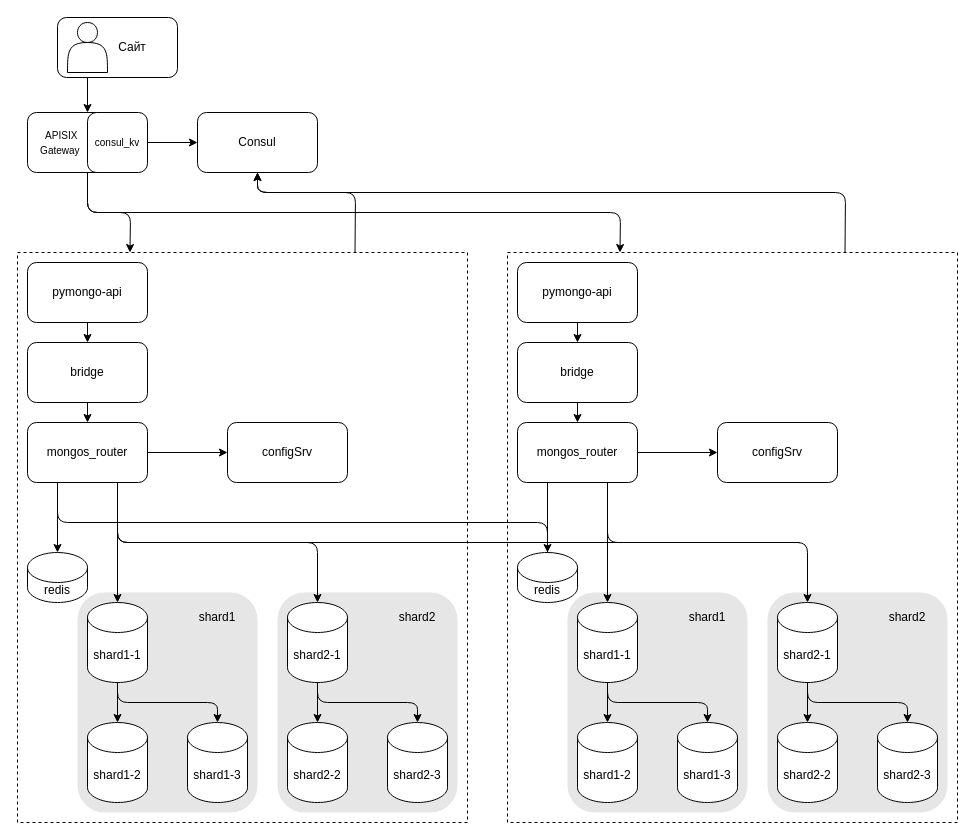
This is page "Схема 4 (балансировка)" (4 of 5) of task1.drawio from dftyni/architecture-mesto, a draw.io file, before an edit. Source tidied: cells renumbered, new cells numbered last; positions are measured from the earlier drawing's top-left corner, leaving out a move shared by most shapes. Both pictures are drawn from the tidied source at 100%, with x=0, y=0 at pixel (17, 17).
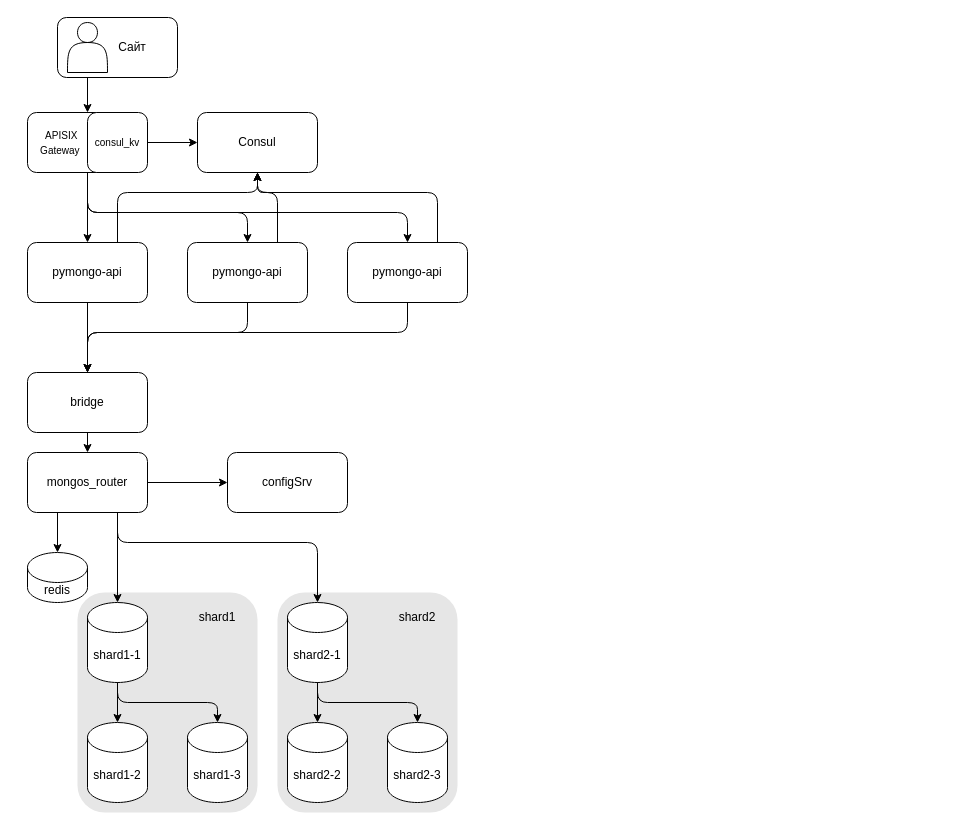
The same page after the edit.

Unchanged cells that the change refers to:
```xml
<mxCell id="52" value="&lt;font style=&quot;font-size: 10px;&quot;&gt;&amp;nbsp; &amp;nbsp; &amp;nbsp; APISIX&lt;/font&gt;&lt;div&gt;&lt;font style=&quot;font-size: 10px;&quot;&gt;&amp;nbsp; &amp;nbsp; Gateway&lt;/font&gt;&lt;/div&gt;" style="rounded=1;whiteSpace=wrap;html=1;align=left;" parent="1" vertex="1">
  <mxGeometry x="10" y="95" width="80" height="60" as="geometry" />
</mxCell>
<mxCell id="53" value="&lt;font style=&quot;font-size: 10px;&quot;&gt;consul_kv&lt;/font&gt;" style="rounded=1;whiteSpace=wrap;html=1;align=center;" parent="1" vertex="1">
  <mxGeometry x="70" y="95" width="60" height="60" as="geometry" />
</mxCell>
<mxCell id="54" value="Consul" style="rounded=1;whiteSpace=wrap;html=1;" parent="1" vertex="1">
  <mxGeometry x="180" y="95" width="120" height="60" as="geometry" />
</mxCell>
```

What changed in the source:
```diff
@@
-    <mxCell id="3" style="rounded=0;whiteSpace=wrap;html=1;strokeColor=default;fillColor=default;dashed=1;" parent="1" vertex="1">
-      <mxGeometry x="490" y="235" width="450" height="570" as="geometry" />
-    </mxCell>
-    <mxCell id="4" style="rounded=0;whiteSpace=wrap;html=1;strokeColor=default;fillColor=default;dashed=1;" parent="1" vertex="1">
-      <mxGeometry y="235" width="450" height="570" as="geometry" />
-    </mxCell>
@@
     <mxCell id="8" value="pymongo-api" style="rounded=1;whiteSpace=wrap;html=1;" parent="1" vertex="1">
-      <mxGeometry x="10" y="245" width="120" height="60" as="geometry" />
+      <mxGeometry x="10" y="225" width="120" height="60" as="geometry" />
     </mxCell>
     <mxCell id="9" value="mongos_router" style="rounded=1;whiteSpace=wrap;html=1;" parent="1" vertex="1">
-      <mxGeometry x="10" y="405" width="120" height="60" as="geometry" />
+      <mxGeometry x="10" y="435" width="120" height="60" as="geometry" />
     </mxCell>
     <mxCell id="10" value="bridge" style="rounded=1;whiteSpace=wrap;html=1;" parent="1" vertex="1">
-      <mxGeometry x="10" y="325" width="120" height="60" as="geometry" />
+      <mxGeometry x="10" y="355" width="120" height="60" as="geometry" />
     </mxCell>
     <mxCell id="11" value="&lt;div style=&quot;text-align: start;&quot;&gt;configSrv&lt;/div&gt;" style="rounded=1;whiteSpace=wrap;html=1;" parent="1" vertex="1">
-      <mxGeometry x="210" y="405" width="120" height="60" as="geometry" />
+      <mxGeometry x="210" y="435" width="120" height="60" as="geometry" />
     </mxCell>
@@
-    <mxCell id="29" style="rounded=1;whiteSpace=wrap;html=1;strokeColor=none;fillColor=#E6E6E6;" parent="1" vertex="1">
-      <mxGeometry x="750" y="575" width="180" height="220" as="geometry" />
-    </mxCell>
-    <mxCell id="30" style="rounded=1;whiteSpace=wrap;html=1;strokeColor=none;fillColor=#E6E6E6;" parent="1" vertex="1">
-      <mxGeometry x="550" y="575" width="180" height="220" as="geometry" />
-    </mxCell>
-    <mxCell id="31" value="shard1-1" style="shape=cylinder3;whiteSpace=wrap;html=1;boundedLbl=1;backgroundOutline=1;size=15;" parent="1" vertex="1">
-      <mxGeometry x="560" y="585" width="60" height="80" as="geometry" />
-    </mxCell>
-    <mxCell id="32" value="pymongo-api" style="rounded=1;whiteSpace=wrap;html=1;" parent="1" vertex="1">
-      <mxGeometry x="500" y="245" width="120" height="60" as="geometry" />
-    </mxCell>
-    <mxCell id="33" value="mongos_router" style="rounded=1;whiteSpace=wrap;html=1;" parent="1" vertex="1">
-      <mxGeometry x="500" y="405" width="120" height="60" as="geometry" />
-    </mxCell>
-    <mxCell id="34" value="bridge" style="rounded=1;whiteSpace=wrap;html=1;" parent="1" vertex="1">
-      <mxGeometry x="500" y="325" width="120" height="60" as="geometry" />
-    </mxCell>
-    <mxCell id="35" value="&lt;div style=&quot;text-align: start;&quot;&gt;configSrv&lt;/div&gt;" style="rounded=1;whiteSpace=wrap;html=1;" parent="1" vertex="1">
-      <mxGeometry x="700" y="405" width="120" height="60" as="geometry" />
-    </mxCell>
-    <mxCell id="36" style="endArrow=classic;html=1;rounded=0;exitX=0.5;exitY=1;exitDx=0;exitDy=0;entryX=0.5;entryY=0;entryDx=0;entryDy=0;" parent="1" edge="1" source="32" target="34">
-      <mxGeometry relative="1" as="geometry" />
-    </mxCell>
-    <mxCell id="37" style="endArrow=classic;html=1;rounded=0;exitX=0.5;exitY=1;exitDx=0;exitDy=0;entryX=0.5;entryY=0;entryDx=0;entryDy=0;" parent="1" edge="1" source="34" target="33">
-      <mxGeometry relative="1" as="geometry" />
-    </mxCell>
-    <mxCell id="38" style="endArrow=classic;html=1;rounded=0;exitX=0.75;exitY=1;exitDx=0;exitDy=0;entryX=0.5;entryY=0;entryDx=0;entryDy=0;entryPerimeter=0;" parent="1" edge="1" source="33" target="31">
-      <mxGeometry relative="1" as="geometry" />
-    </mxCell>
-    <mxCell id="39" style="endArrow=classic;html=1;rounded=1;entryX=0.5;entryY=0;entryDx=0;entryDy=0;entryPerimeter=0;curved=0;exitX=0.75;exitY=1;exitDx=0;exitDy=0;" parent="1" edge="1" source="33" target="44">
-      <mxGeometry relative="1" as="geometry">
-        <Array as="points">
-          <mxPoint x="590" y="525" />
-          <mxPoint x="790" y="525" />
-        </Array>
-      </mxGeometry>
-    </mxCell>
-    <mxCell id="40" value="shard1-2" style="shape=cylinder3;whiteSpace=wrap;html=1;boundedLbl=1;backgroundOutline=1;size=15;" parent="1" vertex="1">
-      <mxGeometry x="560" y="705" width="60" height="80" as="geometry" />
-    </mxCell>
-    <mxCell id="41" value="shard1-3" style="shape=cylinder3;whiteSpace=wrap;html=1;boundedLbl=1;backgroundOutline=1;size=15;" parent="1" vertex="1">
-      <mxGeometry x="660" y="705" width="60" height="80" as="geometry" />
-    </mxCell>
-    <mxCell id="42" style="endArrow=classic;html=1;rounded=0;exitX=0.5;exitY=1;exitDx=0;exitDy=0;exitPerimeter=0;entryX=0.5;entryY=0;entryDx=0;entryDy=0;entryPerimeter=0;" parent="1" edge="1" source="31" target="40">
-      <mxGeometry relative="1" as="geometry" />
-    </mxCell>
-    <mxCell id="43" style="endArrow=classic;html=1;rounded=1;exitX=0.5;exitY=1;exitDx=0;exitDy=0;exitPerimeter=0;entryX=0.5;entryY=0;entryDx=0;entryDy=0;entryPerimeter=0;curved=0;" parent="1" edge="1" source="31" target="41">
-      <mxGeometry relative="1" as="geometry">
-        <Array as="points">
-          <mxPoint x="590" y="685" />
-          <mxPoint x="690" y="685" />
-        </Array>
-      </mxGeometry>
-    </mxCell>
-    <mxCell id="44" value="shard2-1" style="shape=cylinder3;whiteSpace=wrap;html=1;boundedLbl=1;backgroundOutline=1;size=15;" parent="1" vertex="1">
-      <mxGeometry x="760" y="585" width="60" height="80" as="geometry" />
-    </mxCell>
-    <mxCell id="45" value="shard2-2" style="shape=cylinder3;whiteSpace=wrap;html=1;boundedLbl=1;backgroundOutline=1;size=15;" parent="1" vertex="1">
-      <mxGeometry x="760" y="705" width="60" height="80" as="geometry" />
-    </mxCell>
-    <mxCell id="46" value="shard2-3" style="shape=cylinder3;whiteSpace=wrap;html=1;boundedLbl=1;backgroundOutline=1;size=15;" parent="1" vertex="1">
-      <mxGeometry x="860" y="705" width="60" height="80" as="geometry" />
-    </mxCell>
-    <mxCell id="47" style="endArrow=classic;html=1;rounded=0;exitX=0.5;exitY=1;exitDx=0;exitDy=0;exitPerimeter=0;entryX=0.5;entryY=0;entryDx=0;entryDy=0;entryPerimeter=0;" parent="1" edge="1" source="44" target="45">
-      <mxGeometry relative="1" as="geometry" />
-    </mxCell>
-    <mxCell id="48" style="endArrow=classic;html=1;rounded=1;exitX=0.5;exitY=1;exitDx=0;exitDy=0;exitPerimeter=0;entryX=0.5;entryY=0;entryDx=0;entryDy=0;entryPerimeter=0;curved=0;" parent="1" edge="1" source="44" target="46">
-      <mxGeometry relative="1" as="geometry">
-        <Array as="points">
-          <mxPoint x="790" y="685" />
-          <mxPoint x="890" y="685" />
-        </Array>
-      </mxGeometry>
-    </mxCell>
-    <mxCell id="49" value="shard1" style="text;html=1;align=center;verticalAlign=middle;whiteSpace=wrap;rounded=0;" parent="1" vertex="1">
-      <mxGeometry x="660" y="585" width="60" height="30" as="geometry" />
-    </mxCell>
-    <mxCell id="50" value="shard2" style="text;html=1;align=center;verticalAlign=middle;whiteSpace=wrap;rounded=0;" parent="1" vertex="1">
-      <mxGeometry x="860" y="585" width="60" height="30" as="geometry" />
-    </mxCell>
-    <mxCell id="51" style="endArrow=classic;html=1;rounded=0;exitX=0.25;exitY=1;exitDx=0;exitDy=0;entryX=0.5;entryY=0;entryDx=0;entryDy=0;entryPerimeter=0;" parent="1" edge="1" source="33" target="63">
-      <mxGeometry relative="1" as="geometry" />
-    </mxCell>
@@
-    <mxCell id="55" style="endArrow=classic;html=1;rounded=1;exitX=0.75;exitY=1;exitDx=0;exitDy=0;entryX=0.25;entryY=0;entryDx=0;entryDy=0;curved=0;" parent="1" edge="1" source="52" target="4">
-      <mxGeometry relative="1" as="geometry">
-        <Array as="points">
-          <mxPoint x="70" y="195" />
-          <mxPoint x="113" y="195" />
-        </Array>
-      </mxGeometry>
-    </mxCell>
-    <mxCell id="56" style="endArrow=classic;html=1;rounded=1;curved=0;entryX=0.25;entryY=0;entryDx=0;entryDy=0;" parent="1" edge="1" target="3">
-      <mxGeometry relative="1" as="geometry">
-        <mxPoint x="70" y="155" as="sourcePoint" />
-        <Array as="points">
-          <mxPoint x="70" y="195" />
-          <mxPoint x="603" y="195" />
-        </Array>
-      </mxGeometry>
-    </mxCell>
@@
-    <mxCell id="59" style="endArrow=classic;html=1;rounded=0;exitX=1;exitY=0.5;exitDx=0;exitDy=0;entryX=0;entryY=0.5;entryDx=0;entryDy=0;" parent="1" edge="1" source="33" target="35">
-      <mxGeometry relative="1" as="geometry" />
-    </mxCell>
-    <mxCell id="60" style="endArrow=classic;html=1;rounded=1;entryX=0.5;entryY=1;entryDx=0;entryDy=0;exitX=0.75;exitY=0;exitDx=0;exitDy=0;curved=0;" parent="1" edge="1" source="4" target="54">
+    <mxCell id="60" style="endArrow=classic;html=1;rounded=1;entryX=0.5;entryY=1;entryDx=0;entryDy=0;exitX=0.75;exitY=0;exitDx=0;exitDy=0;curved=0;" parent="1" edge="1" source="8" target="54">
       <mxGeometry relative="1" as="geometry">
         <Array as="points">
-          <mxPoint x="338" y="175" />
+          <mxPoint x="100" y="175" />
           <mxPoint x="240" y="175" />
         </Array>
       </mxGeometry>
     </mxCell>
-    <mxCell id="61" style="endArrow=classic;html=1;rounded=1;exitX=0.75;exitY=0;exitDx=0;exitDy=0;entryX=0.5;entryY=1;entryDx=0;entryDy=0;curved=0;" parent="1" edge="1" source="3" target="54">
+    <mxCell id="61" style="endArrow=classic;html=1;rounded=1;entryX=0.5;entryY=1;entryDx=0;entryDy=0;curved=0;exitX=0.75;exitY=0;exitDx=0;exitDy=0;" parent="1" edge="1" source="68" target="54">
       <mxGeometry relative="1" as="geometry">
         <Array as="points">
-          <mxPoint x="828" y="175" />
+          <mxPoint x="420" y="175" />
           <mxPoint x="240" y="175" />
         </Array>
       </mxGeometry>
     </mxCell>
-    <mxCell id="62" style="endArrow=none;html=1;rounded=1;exitX=0.75;exitY=1;exitDx=0;exitDy=0;curved=0;" parent="1" edge="1" source="9">
-      <mxGeometry relative="1" as="geometry">
-        <mxPoint x="782" y="525" as="targetPoint" />
-        <Array as="points">
-          <mxPoint x="100" y="525" />
-        </Array>
-      </mxGeometry>
-    </mxCell>
-    <mxCell id="63" value="redis" style="shape=cylinder3;whiteSpace=wrap;html=1;boundedLbl=1;backgroundOutline=1;size=15;" parent="1" vertex="1">
-      <mxGeometry x="500" y="535" width="60" height="50" as="geometry" />
-    </mxCell>
-    <mxCell id="64" style="endArrow=none;html=1;rounded=1;exitX=0.25;exitY=1;exitDx=0;exitDy=0;curved=0;" parent="1" edge="1" source="9">
-      <mxGeometry relative="1" as="geometry">
-        <mxPoint x="530" y="535" as="targetPoint" />
-        <Array as="points">
-          <mxPoint x="40" y="505" />
-          <mxPoint x="530" y="505" />
-        </Array>
-      </mxGeometry>
-    </mxCell>
@@
+    <mxCell id="67" value="pymongo-api" style="rounded=1;whiteSpace=wrap;html=1;" parent="1" vertex="1">
+      <mxGeometry x="170" y="225" width="120" height="60" as="geometry" />
+    </mxCell>
+    <mxCell id="68" value="pymongo-api" style="rounded=1;whiteSpace=wrap;html=1;" parent="1" vertex="1">
+      <mxGeometry x="330" y="225" width="120" height="60" as="geometry" />
+    </mxCell>
+    <mxCell id="69" style="endArrow=classic;html=1;rounded=0;exitX=0;exitY=1;exitDx=0;exitDy=0;entryX=0.5;entryY=0;entryDx=0;entryDy=0;" parent="1" edge="1" source="53" target="8">
+      <mxGeometry relative="1" as="geometry" />
+    </mxCell>
+    <mxCell id="70" style="endArrow=classic;html=1;rounded=1;exitX=0.75;exitY=1;exitDx=0;exitDy=0;entryX=0.5;entryY=0;entryDx=0;entryDy=0;curved=0;" parent="1" edge="1" source="52" target="67">
+      <mxGeometry relative="1" as="geometry">
+        <Array as="points">
+          <mxPoint x="70" y="195" />
+          <mxPoint x="230" y="195" />
+        </Array>
+      </mxGeometry>
+    </mxCell>
+    <mxCell id="71" style="endArrow=classic;html=1;rounded=1;exitX=0.75;exitY=1;exitDx=0;exitDy=0;entryX=0.5;entryY=0;entryDx=0;entryDy=0;curved=0;" parent="1" edge="1" source="52" target="68">
+      <mxGeometry relative="1" as="geometry">
+        <Array as="points">
+          <mxPoint x="70" y="195" />
+          <mxPoint x="390" y="195" />
+        </Array>
+      </mxGeometry>
+    </mxCell>
+    <mxCell id="72" style="endArrow=classic;html=1;rounded=1;exitX=0.75;exitY=0;exitDx=0;exitDy=0;entryX=0.5;entryY=1;entryDx=0;entryDy=0;curved=0;" parent="1" edge="1" source="67" target="54">
+      <mxGeometry relative="1" as="geometry">
+        <Array as="points">
+          <mxPoint x="260" y="175" />
+          <mxPoint x="240" y="175" />
+        </Array>
+      </mxGeometry>
+    </mxCell>
+    <mxCell id="73" style="endArrow=classic;html=1;rounded=1;exitX=0.5;exitY=1;exitDx=0;exitDy=0;entryX=0.5;entryY=0;entryDx=0;entryDy=0;curved=0;" parent="1" edge="1" source="67" target="10">
+      <mxGeometry relative="1" as="geometry">
+        <Array as="points">
+          <mxPoint x="230" y="315" />
+          <mxPoint x="70" y="315" />
+        </Array>
+      </mxGeometry>
+    </mxCell>
+    <mxCell id="74" style="endArrow=classic;html=1;rounded=1;exitX=0.5;exitY=1;exitDx=0;exitDy=0;entryX=0.5;entryY=0;entryDx=0;entryDy=0;curved=0;" parent="1" edge="1" source="68" target="10">
+      <mxGeometry relative="1" as="geometry">
+        <Array as="points">
+          <mxPoint x="390" y="315" />
+          <mxPoint x="70" y="315" />
+        </Array>
+      </mxGeometry>
+    </mxCell>
```
